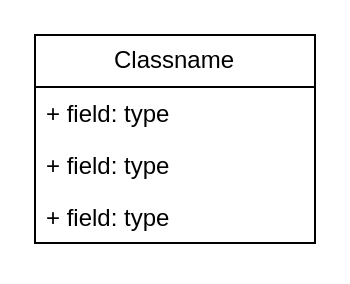
The draw.io diagram class1.drawio in Holy0343/Product1, before the edit. Source tidied: cells renumbered, new cells numbered last; positions are measured from the earlier drawing's top-left corner, leaving out a move shared by most shapes. Both pictures are drawn from the tidied source at 200%, with x=0, y=0 at pixel (34, 34).
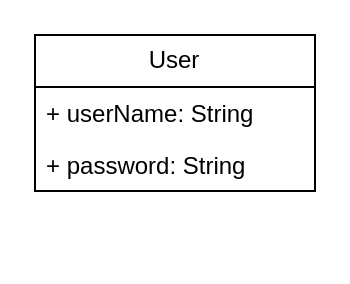
The same diagram, later.

Commit message (it also covers changes not shown here):
class1.drawio を更新します

Change to the diagram source:
```diff
@@
 <mxGraphModel>
   <root>
     <mxCell id="0" />
     <mxCell id="1" parent="0" />
-    <mxCell id="2" value="Classname" style="swimlane;fontStyle=0;horizontal=1;startSize=26;fillColor=none;whiteSpace=wrap;html=1;" parent="1" vertex="1">
-      <mxGeometry width="140" height="104" as="geometry" />
+    <mxCell id="2" value="User" style="swimlane;fontStyle=0;horizontal=1;startSize=26;fillColor=none;whiteSpace=wrap;html=1;" parent="1" vertex="1">
+      <mxGeometry width="140" height="78" as="geometry" />
     </mxCell>
-    <mxCell id="3" value="+ field: type" style="text;strokeColor=none;fillColor=none;align=left;verticalAlign=top;spacingLeft=4;spacingRight=4;overflow=hidden;whiteSpace=wrap;html=1;" parent="2" vertex="1">
+    <mxCell id="3" value="+ userName: String" style="text;strokeColor=none;fillColor=none;align=left;verticalAlign=top;spacingLeft=4;spacingRight=4;overflow=hidden;whiteSpace=wrap;html=1;" parent="2" vertex="1">
       <mxGeometry y="26" width="140" height="26" as="geometry" />
     </mxCell>
-    <mxCell id="4" value="+ field: type" style="text;strokeColor=none;fillColor=none;align=left;verticalAlign=top;spacingLeft=4;spacingRight=4;overflow=hidden;whiteSpace=wrap;html=1;" parent="2" vertex="1">
+    <mxCell id="4" value="+ password: String&amp;nbsp;" style="text;strokeColor=none;fillColor=none;align=left;verticalAlign=top;spacingLeft=4;spacingRight=4;overflow=hidden;whiteSpace=wrap;html=1;" parent="2" vertex="1">
       <mxGeometry y="52" width="140" height="26" as="geometry" />
     </mxCell>
-    <mxCell id="5" value="+ field: type" style="text;strokeColor=none;fillColor=none;align=left;verticalAlign=top;spacingLeft=4;spacingRight=4;overflow=hidden;whiteSpace=wrap;html=1;" parent="2" vertex="1">
-      <mxGeometry y="78" width="140" height="26" as="geometry" />
-    </mxCell>
   </root>
 </mxGraphModel>
```
